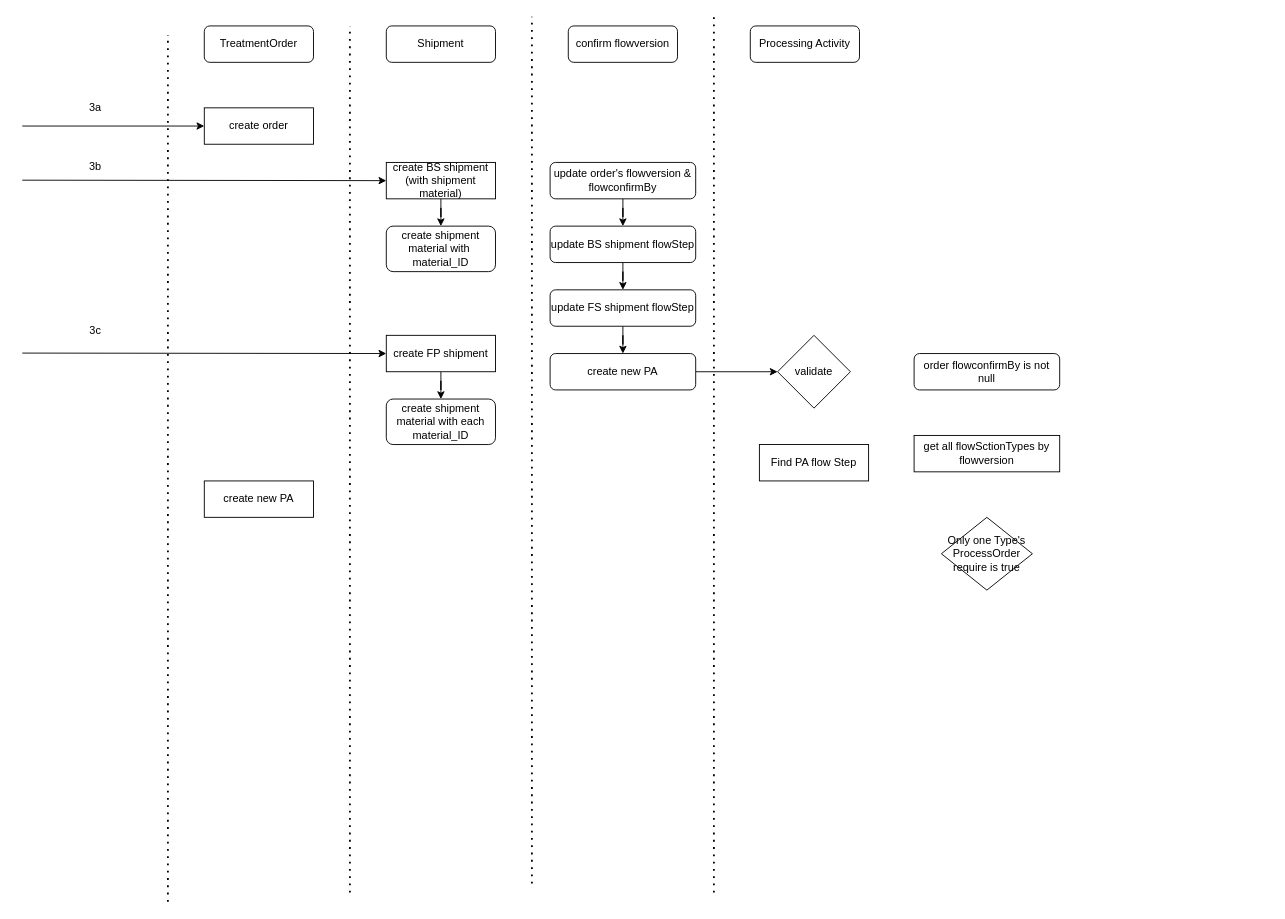
Earlier version of the draw.io diagram page "PA" (1 of 2) of Untitled Diagram.drawio (ytz520/quicktouch). Source tidied: cells renumbered, new cells numbered last; positions are measured from the earlier drawing's top-left corner, leaving out a move shared by most shapes. Both pictures are drawn from the tidied source at 91%, with x=0, y=0 at pixel (22, 16).
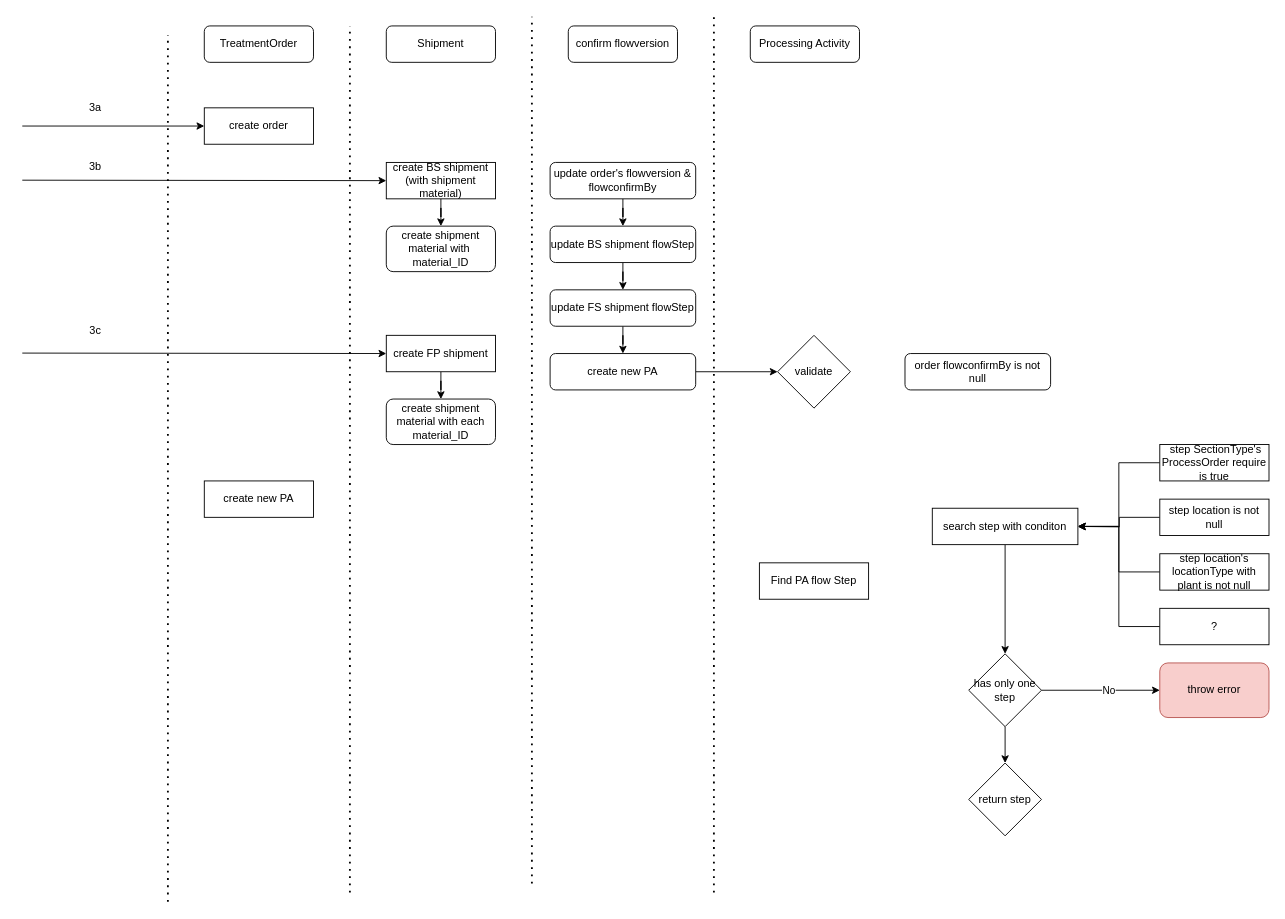
Above is the later version.

What changed in the source:
```diff
@@
     <mxCell id="33" value="order flowconfirmBy is not null" style="rounded=1;whiteSpace=wrap;html=1;" parent="1" vertex="1">
-      <mxGeometry x="980" y="370" width="160" height="40" as="geometry" />
+      <mxGeometry x="970" y="370" width="160" height="40" as="geometry" />
     </mxCell>
     <mxCell id="34" value="Find PA flow Step" style="rounded=0;whiteSpace=wrap;html=1;" parent="1" vertex="1">
-      <mxGeometry x="810" y="470" width="120" height="40" as="geometry" />
+      <mxGeometry x="810" y="600" width="120" height="40" as="geometry" />
     </mxCell>
+    <mxCell id="37" style="edgeStyle=orthogonalEdgeStyle;rounded=0;jettySize=auto;html=1;entryX=0.5;entryY=0;entryDx=0;entryDy=0;" parent="1" edge="1" source="35" target="42">
+      <mxGeometry relative="1" as="geometry" />
+    </mxCell>
-    <mxCell id="35" value="get all flowSctionTypes by flowversion" style="rounded=0;whiteSpace=wrap;html=1;" parent="1" vertex="1">
-      <mxGeometry x="980" y="460" width="160" height="40" as="geometry" />
+    <mxCell id="35" value="search step with conditon" style="rounded=0;whiteSpace=wrap;html=1;" parent="1" vertex="1">
+      <mxGeometry x="1000" y="540" width="160" height="40" as="geometry" />
     </mxCell>
-    <mxCell id="36" value="Only one Type's ProcessOrder require is true" style="rhombus;whiteSpace=wrap;html=1;" parent="1" vertex="1">
-      <mxGeometry x="1010" y="550" width="100" height="80" as="geometry" />
-    </mxCell>
+    <mxCell id="38" value="throw error" style="rounded=1;whiteSpace=wrap;html=1;fillColor=#f8cecc;strokeColor=#b85450;" parent="1" vertex="1">
+      <mxGeometry x="1250" y="710" width="120" height="60" as="geometry" />
+    </mxCell>
+    <mxCell id="39" style="edgeStyle=orthogonalEdgeStyle;rounded=0;jettySize=auto;html=1;entryX=0;entryY=0.5;entryDx=0;entryDy=0;" parent="1" edge="1" source="42" target="38">
+      <mxGeometry relative="1" as="geometry">
+        <Array as="points">
+          <mxPoint x="1190" y="740" />
+          <mxPoint x="1190" y="740" />
+        </Array>
+      </mxGeometry>
+    </mxCell>
+    <mxCell id="40" value="No" style="edgeLabel;html=1;align=center;verticalAlign=middle;" parent="39" vertex="1">
+      <mxGeometry x="0.13" relative="1" as="geometry" />
+    </mxCell>
+    <mxCell id="41" style="edgeStyle=orthogonalEdgeStyle;rounded=0;jettySize=auto;html=1;" parent="1" edge="1" source="42" target="51">
+      <mxGeometry relative="1" as="geometry" />
+    </mxCell>
+    <mxCell id="42" value="has only one step" style="rhombus;whiteSpace=wrap;html=1;" parent="1" vertex="1">
+      <mxGeometry x="1040" y="700" width="80" height="80" as="geometry" />
+    </mxCell>
+    <mxCell id="43" style="edgeStyle=orthogonalEdgeStyle;rounded=0;jettySize=auto;html=1;entryX=1;entryY=0.5;entryDx=0;entryDy=0;" parent="1" edge="1" source="44" target="35">
+      <mxGeometry relative="1" as="geometry" />
+    </mxCell>
+    <mxCell id="44" value="&amp;nbsp;step SectionType's ProcessOrder require is true" style="rounded=0;whiteSpace=wrap;html=1;" parent="1" vertex="1">
+      <mxGeometry x="1250" y="470" width="120" height="40" as="geometry" />
+    </mxCell>
+    <mxCell id="45" style="edgeStyle=orthogonalEdgeStyle;rounded=0;jettySize=auto;html=1;" parent="1" edge="1" source="46">
+      <mxGeometry relative="1" as="geometry">
+        <mxPoint x="1160" y="560" as="targetPoint" />
+      </mxGeometry>
+    </mxCell>
+    <mxCell id="46" value="step location is not null" style="rounded=0;whiteSpace=wrap;html=1;" parent="1" vertex="1">
+      <mxGeometry x="1250" y="530" width="120" height="40" as="geometry" />
+    </mxCell>
+    <mxCell id="47" style="edgeStyle=orthogonalEdgeStyle;rounded=0;jettySize=auto;html=1;entryX=1;entryY=0.5;entryDx=0;entryDy=0;" parent="1" edge="1" source="48" target="35">
+      <mxGeometry relative="1" as="geometry" />
+    </mxCell>
+    <mxCell id="48" value="step location's locationType with plant is not null" style="rounded=0;whiteSpace=wrap;html=1;" parent="1" vertex="1">
+      <mxGeometry x="1250" y="590" width="120" height="40" as="geometry" />
+    </mxCell>
+    <mxCell id="49" style="edgeStyle=orthogonalEdgeStyle;rounded=0;jettySize=auto;html=1;entryX=1;entryY=0.5;entryDx=0;entryDy=0;" parent="1" edge="1" source="50" target="35">
+      <mxGeometry relative="1" as="geometry" />
+    </mxCell>
+    <mxCell id="50" value="?" style="rounded=0;whiteSpace=wrap;html=1;" parent="1" vertex="1">
+      <mxGeometry x="1250" y="650" width="120" height="40" as="geometry" />
+    </mxCell>
+    <mxCell id="51" value="return step" style="rhombus;whiteSpace=wrap;html=1;" parent="1" vertex="1">
+      <mxGeometry x="1040" y="820" width="80" height="80" as="geometry" />
+    </mxCell>
```
